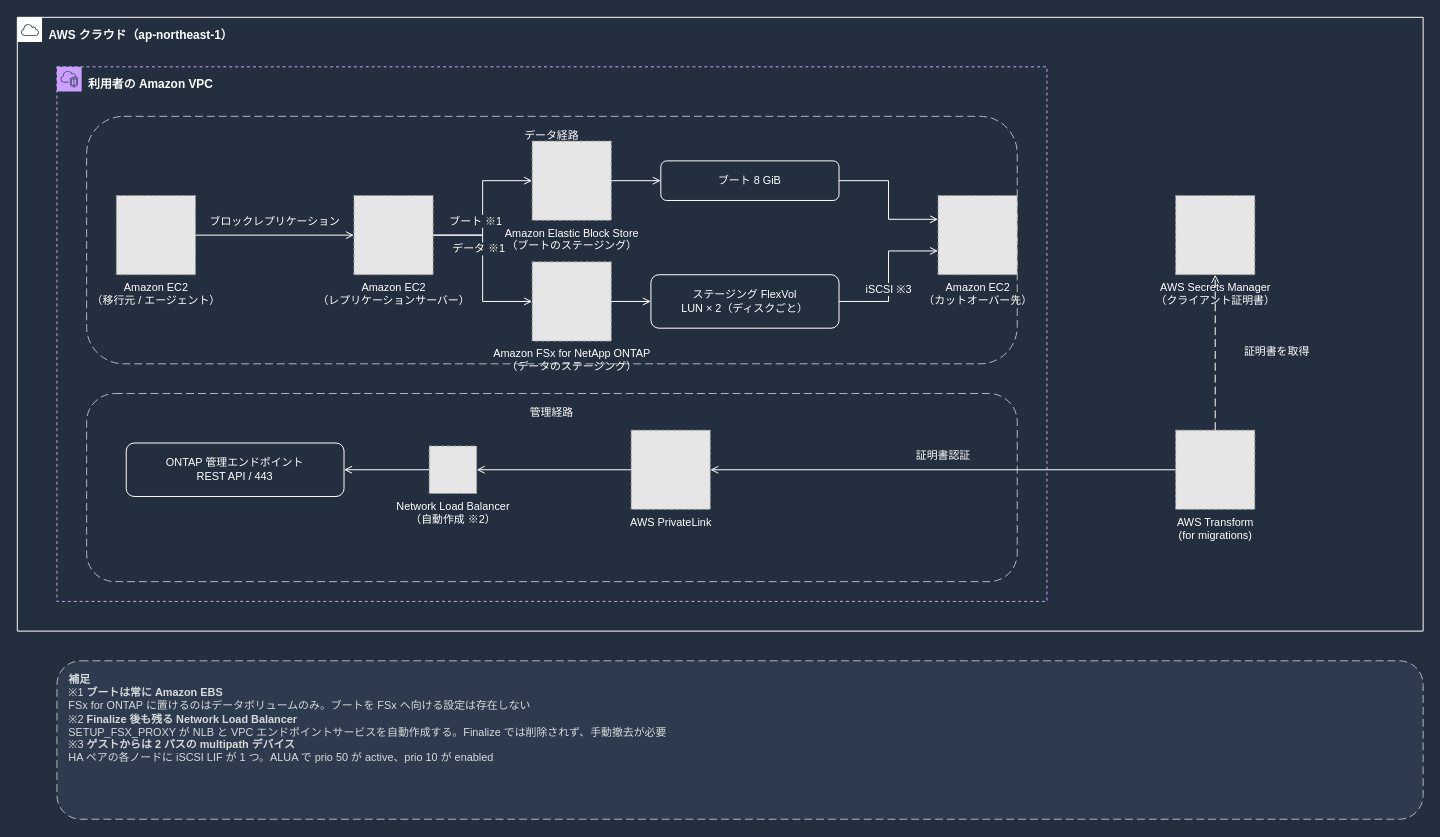
The draw.io diagram docs/_assets/diagrams/atx-fsxn-migration-overview-dark.drawio in Yoshiki0705/vmware-migration-ec2-ontap, before the edit. Source tidied: cells renumbered, new cells numbered last; positions are measured from the earlier drawing's top-left corner, leaving out a move shared by most shapes. Both pictures are drawn from the tidied source at 99%, with x=0, y=0 at pixel (17, 17). Pictures stored in the file or linked from it are replaced by grey dashed boxes.
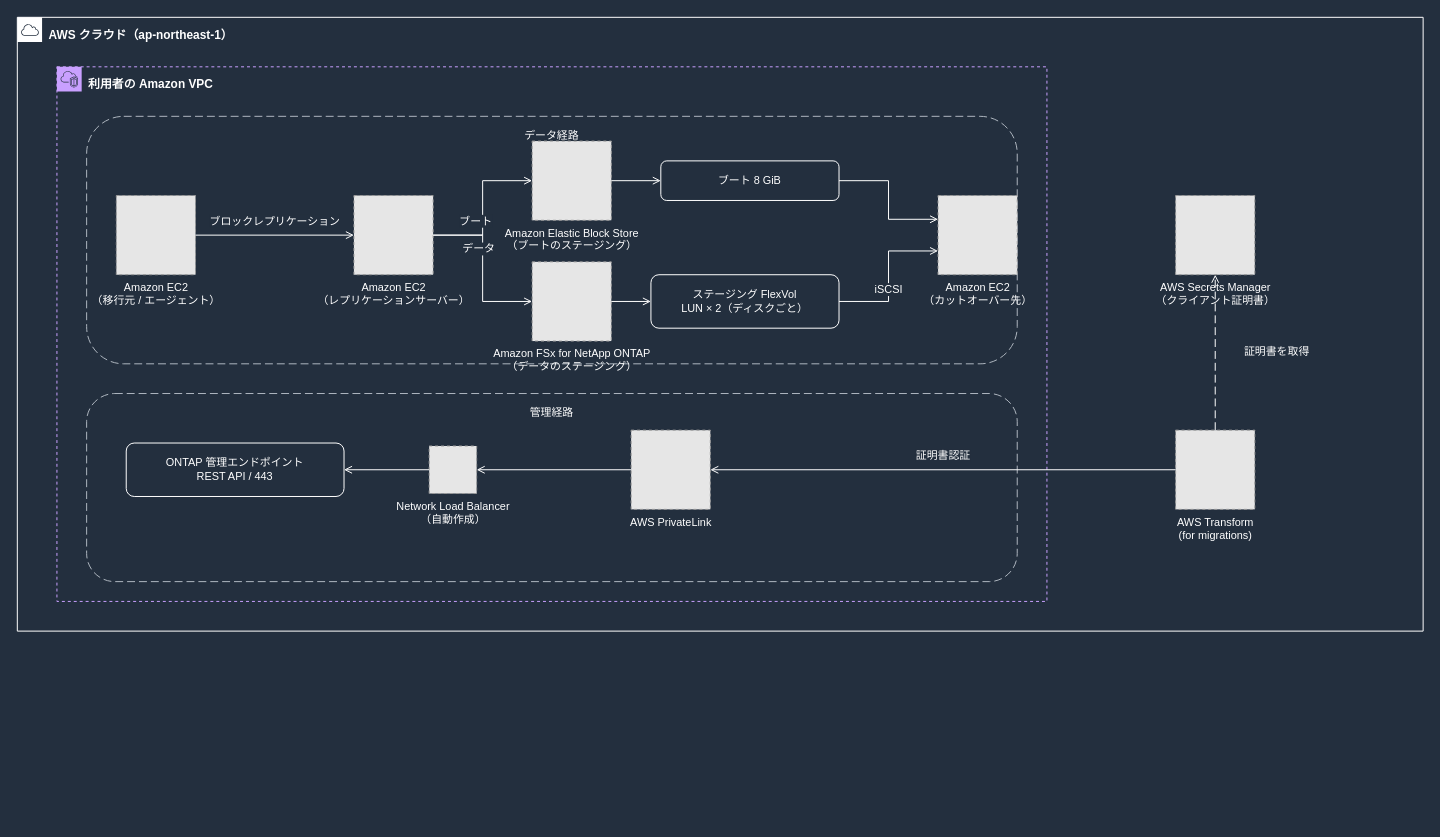
The same page after the edit.

Unchanged cells that the change refers to:
```xml
<mxCell id="7" value="ステージング FlexVol&#10;LUN × 2（ディスクごと）" style="rounded=1;whiteSpace=wrap;html=1;strokeColor=#FFFFFF;fillColor=none;fontColor=#FFFFFF;fontSize=11;verticalAlign=middle;align=center;" parent="1" vertex="1">
  <mxGeometry x="640" y="260" width="190" height="54" as="geometry" />
</mxCell>
<mxCell id="10" value="Amazon EC2&#10;（レプリケーションサーバー）" style="fillColor=#E6E6E6;strokeColor=#999999;dashed=1;html=1;verticalLabelPosition=bottom;verticalAlign=top;labelPosition=center;align=center;fontSize=11;fontColor=#FFFFFF;" parent="1" vertex="1">
  <mxGeometry x="340" y="180" width="80" height="80" as="geometry" />
</mxCell>
<mxCell id="11" value="Amazon Elastic Block Store&#10;（ブートのステージング）" style="fillColor=#E6E6E6;strokeColor=#999999;dashed=1;html=1;verticalLabelPosition=bottom;verticalAlign=top;labelPosition=center;align=center;fontSize=11;fontColor=#FFFFFF;" parent="1" vertex="1">
  <mxGeometry x="520" y="125" width="80" height="80" as="geometry" />
</mxCell>
<mxCell id="12" value="Amazon FSx for NetApp ONTAP&#10;（データのステージング）" style="fillColor=#E6E6E6;strokeColor=#999999;dashed=1;html=1;verticalLabelPosition=bottom;verticalAlign=top;labelPosition=center;align=center;fontSize=11;fontColor=#FFFFFF;" parent="1" vertex="1">
  <mxGeometry x="520" y="247" width="80" height="80" as="geometry" />
</mxCell>
<mxCell id="13" value="Amazon EC2&#10;（カットオーバー先）" style="fillColor=#E6E6E6;strokeColor=#999999;dashed=1;html=1;verticalLabelPosition=bottom;verticalAlign=top;labelPosition=center;align=center;fontSize=11;fontColor=#FFFFFF;" parent="1" vertex="1">
  <mxGeometry x="930" y="180" width="80" height="80" as="geometry" />
</mxCell>
```

Diff of the diagram source:
```diff
@@
-    <mxCell id="14" value="Network Load Balancer&#10;（自動作成 ※2）" style="fillColor=#E6E6E6;strokeColor=#999999;dashed=1;html=1;verticalLabelPosition=bottom;verticalAlign=top;labelPosition=center;align=center;fontSize=11;fontColor=#FFFFFF;" parent="1" vertex="1">
+    <mxCell id="14" value="Network Load Balancer&#10;（自動作成）" style="fillColor=#E6E6E6;strokeColor=#999999;dashed=1;html=1;verticalLabelPosition=bottom;verticalAlign=top;labelPosition=center;align=center;fontSize=11;fontColor=#FFFFFF;" parent="1" vertex="1">
       <mxGeometry x="416" y="433" width="48" height="48" as="geometry" />
     </mxCell>
@@
-    <mxCell id="19" value="ブート ※1" style="edgeStyle=orthogonalEdgeStyle;rounded=0;html=1;endArrow=open;endFill=0;strokeColor=#FFFFFF;strokeWidth=1;fontSize=11;fontColor=#FFFFFF;labelBackgroundColor=#232F3E;exitX=1;exitY=0.5;exitDx=0;exitDy=0;entryX=0;entryY=0.5;entryDx=0;entryDy=0;" parent="1" edge="1" source="10" target="11">
+    <mxCell id="19" value="ブート" style="edgeStyle=orthogonalEdgeStyle;rounded=0;html=1;endArrow=open;endFill=0;strokeColor=#FFFFFF;strokeWidth=1;fontSize=11;fontColor=#FFFFFF;labelBackgroundColor=#232F3E;exitX=1;exitY=0.5;exitDx=0;exitDy=0;entryX=0;entryY=0.5;entryDx=0;entryDy=0;" parent="1" edge="1" source="10" target="11">
       <mxGeometry x="-0.45" relative="1" as="geometry">
         <mxPoint y="-14" as="offset" />
       </mxGeometry>
     </mxCell>
-    <mxCell id="20" value="データ ※1" style="edgeStyle=orthogonalEdgeStyle;rounded=0;html=1;endArrow=open;endFill=0;strokeColor=#FFFFFF;strokeWidth=1;fontSize=11;fontColor=#FFFFFF;labelBackgroundColor=#232F3E;exitX=1;exitY=0.5;exitDx=0;exitDy=0;entryX=0;entryY=0.5;entryDx=0;entryDy=0;" parent="1" edge="1" source="10" target="12">
+    <mxCell id="20" value="データ" style="edgeStyle=orthogonalEdgeStyle;rounded=0;html=1;endArrow=open;endFill=0;strokeColor=#FFFFFF;strokeWidth=1;fontSize=11;fontColor=#FFFFFF;labelBackgroundColor=#232F3E;exitX=1;exitY=0.5;exitDx=0;exitDy=0;entryX=0;entryY=0.5;entryDx=0;entryDy=0;" parent="1" edge="1" source="10" target="12">
       <mxGeometry x="-0.45" relative="1" as="geometry">
         <mxPoint y="14" as="offset" />
       </mxGeometry>
     </mxCell>
@@
-    <mxCell id="24" value="iSCSI ※3" style="edgeStyle=orthogonalEdgeStyle;rounded=0;html=1;endArrow=open;endFill=0;strokeColor=#FFFFFF;strokeWidth=1;fontSize=11;fontColor=#FFFFFF;labelBackgroundColor=#232F3E;exitX=1;exitY=0.5;exitDx=0;exitDy=0;entryX=0;entryY=0.7;entryDx=0;entryDy=0;" parent="1" edge="1" source="7" target="13">
+    <mxCell id="24" value="iSCSI" style="edgeStyle=orthogonalEdgeStyle;rounded=0;html=1;endArrow=open;endFill=0;strokeColor=#FFFFFF;strokeWidth=1;fontSize=11;fontColor=#FFFFFF;labelBackgroundColor=#232F3E;exitX=1;exitY=0.5;exitDx=0;exitDy=0;entryX=0;entryY=0.7;entryDx=0;entryDy=0;" parent="1" edge="1" source="7" target="13">
       <mxGeometry relative="1" as="geometry">
         <mxPoint y="14" as="offset" />
       </mxGeometry>
     </mxCell>
@@
-    <mxCell id="29" value="&lt;b&gt;補足&lt;/b&gt;&lt;br&gt;※1 &lt;b&gt;ブートは常に Amazon EBS&lt;/b&gt;&lt;br&gt;FSx for ONTAP に置けるのはデータボリュームのみ。ブートを FSx へ向ける設定は存在しない&lt;br&gt;※2 &lt;b&gt;Finalize 後も残る Network Load Balancer&lt;/b&gt;&lt;br&gt;SETUP_FSX_PROXY が NLB と VPC エンドポイントサービスを自動作成する。Finalize では削除されず、手動撤去が必要&lt;br&gt;※3 &lt;b&gt;ゲストからは 2 パスの multipath デバイス&lt;/b&gt;&lt;br&gt;HA ペアの各ノードに iSCSI LIF が 1 つ。ALUA で prio 50 が active、prio 10 が enabled" style="rounded=1;whiteSpace=wrap;html=1;dashed=1;dashPattern=8 4;strokeColor=#B0B8C1;fillColor=#2E3B4E;fontColor=#D5DBDB;fontSize=11;align=left;verticalAlign=top;spacingLeft=10;spacingTop=6;" parent="1" vertex="1">
-      <mxGeometry x="40" y="650" width="1380" height="160" as="geometry" />
-    </mxCell>
```
